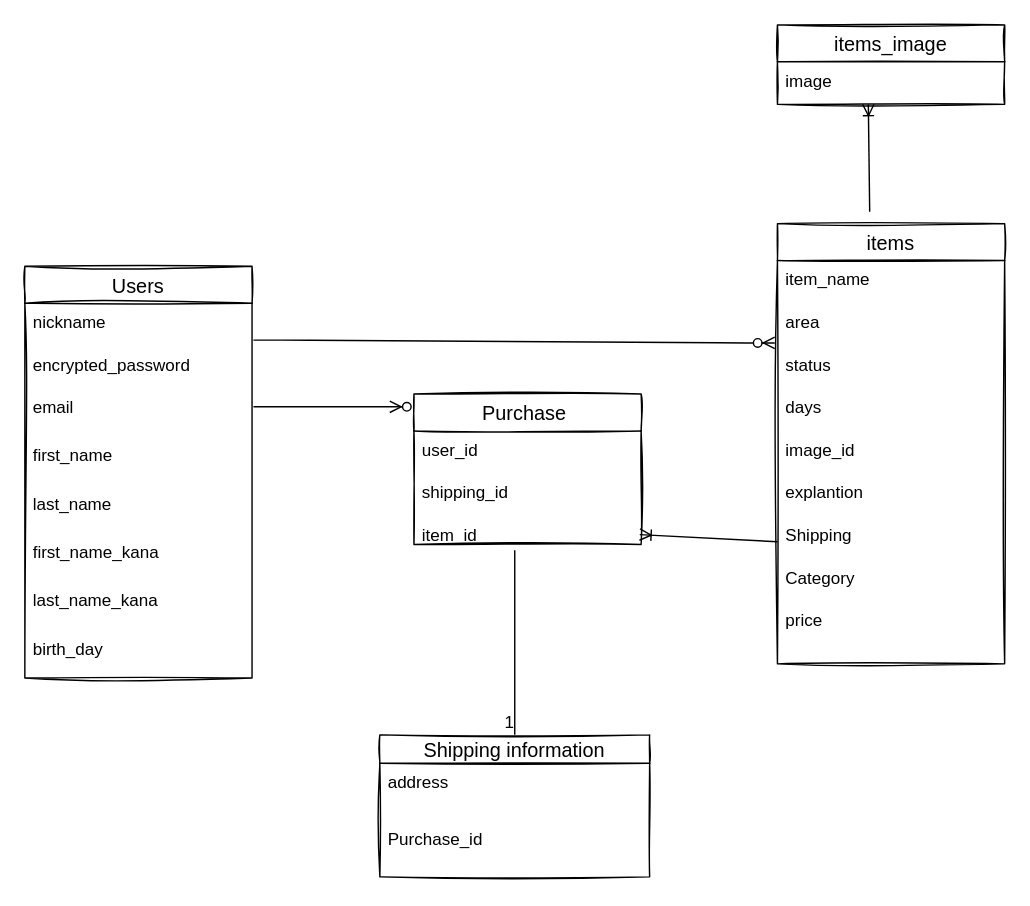
Above: test.dio in hiroki917/furima-36021 (draw.io), before the change. Source tidied: cells renumbered, new cells numbered last; positions are measured from the earlier drawing's top-left corner, leaving out a move shared by most shapes. Both pictures are drawn from the tidied source at 142%, with x=0, y=0 at pixel (24, 24).
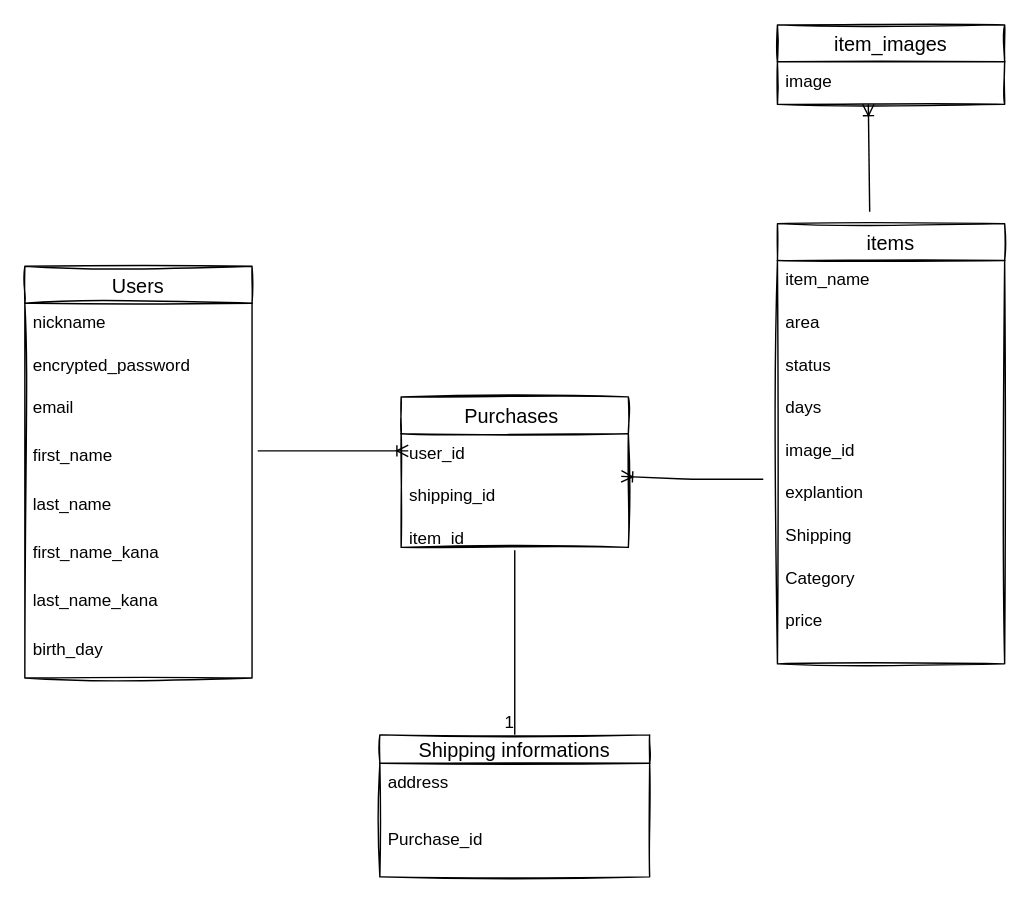
The same diagram, later.

Commit message (it also covers changes not shown here):
データーベース設計追加

Unchanged cells that the change refers to:
```xml
<mxCell id="4" value="encrypted_password" style="text;strokeColor=none;fillColor=none;spacingLeft=4;spacingRight=4;overflow=hidden;points=[[0,0.5],[1,0.5]];portConstraint=eastwest;fontSize=12;" parent="2" vertex="1">
  <mxGeometry y="56" width="160" height="30" as="geometry" />
</mxCell>
<mxCell id="6" value="first_name" style="text;strokeColor=none;fillColor=none;spacingLeft=4;spacingRight=4;overflow=hidden;points=[[0,0.5],[1,0.5]];portConstraint=eastwest;fontSize=12;" parent="2" vertex="1">
  <mxGeometry y="120" width="160" height="34" as="geometry" />
</mxCell>
<mxCell id="14" value="status" style="text;strokeColor=none;fillColor=none;spacingLeft=4;spacingRight=4;overflow=hidden;points=[[0,0.5],[1,0.5]];portConstraint=eastwest;fontSize=12;" parent="11" vertex="1">
  <mxGeometry y="86" width="160" height="30" as="geometry" />
</mxCell>
<mxCell id="24" value="item_id" style="text;strokeColor=none;fillColor=none;spacingLeft=4;spacingRight=4;overflow=hidden;points=[[0,0.5],[1,0.5]];portConstraint=eastwest;fontSize=12;" parent="21" vertex="1">
  <mxGeometry y="86" width="160" height="20" as="geometry" />
</mxCell>
```

Change to the diagram source:
```diff
@@
-    <mxCell id="21" value="Purchase " style="swimlane;fontStyle=0;horizontal=1;startSize=26;align=center;fontSize=14;sketch=1;" parent="1" vertex="1">
-      <mxGeometry x="274" y="260" width="160" height="106" as="geometry" />
+    <mxCell id="21" value="Purchases " style="swimlane;fontStyle=0;horizontal=1;startSize=26;align=center;fontSize=14;sketch=1;" parent="1" vertex="1">
+      <mxGeometry x="265" y="262" width="160" height="106" as="geometry" />
     </mxCell>
@@
-    <mxCell id="25" value="Shipping information" style="swimlane;fontStyle=0;horizontal=1;startSize=20;align=center;fontSize=14;sketch=1;" parent="1" vertex="1">
+    <mxCell id="25" value="Shipping informations" style="swimlane;fontStyle=0;horizontal=1;startSize=20;align=center;fontSize=14;sketch=1;" parent="1" vertex="1">
       <mxGeometry x="250" y="500" width="190" height="100" as="geometry" />
     </mxCell>
@@
-    <mxCell id="28" style="edgeStyle=entityRelationEdgeStyle;fontSize=12;html=1;endArrow=ERzeroToMany;endFill=1;exitX=1.006;exitY=-0.133;exitDx=0;exitDy=0;exitPerimeter=0;entryX=-0.012;entryY=-0.067;entryDx=0;entryDy=0;entryPerimeter=0;" parent="1" edge="1" source="4" target="14">
-      <mxGeometry relative="1" as="geometry" />
-    </mxCell>
-    <mxCell id="29" style="fontSize=12;html=1;endArrow=ERzeroToMany;endFill=1;" parent="1" edge="1">
-      <mxGeometry relative="1" as="geometry">
-        <mxPoint x="161" y="269" as="sourcePoint" />
-        <mxPoint x="257" y="269" as="targetPoint" />
-        <Array as="points">
-          <mxPoint x="257" y="269" />
-          <mxPoint x="270" y="269" />
-        </Array>
-      </mxGeometry>
-    </mxCell>
@@
-    <mxCell id="32" value="items_image" style="swimlane;fontStyle=0;horizontal=1;startSize=26;align=center;fontSize=14;sketch=1;" parent="1" vertex="1">
+    <mxCell id="32" value="item_images" style="swimlane;fontStyle=0;horizontal=1;startSize=26;align=center;fontSize=14;sketch=1;" parent="1" vertex="1">
       <mxGeometry x="530" width="160" height="56" as="geometry" />
     </mxCell>
@@
-    <mxCell id="34" style="fontSize=12;html=1;endArrow=ERoneToMany;entryX=0.994;entryY=0.649;entryDx=0;entryDy=0;entryPerimeter=0;" parent="1" edge="1" target="24">
+    <mxCell id="34" style="fontSize=12;html=1;endArrow=ERoneToMany;" parent="1" edge="1">
       <mxGeometry relative="1" as="geometry">
-        <mxPoint x="530" y="364" as="sourcePoint" />
+        <mxPoint x="520" y="320" as="sourcePoint" />
+        <mxPoint x="420" y="318" as="targetPoint" />
+        <Array as="points">
+          <mxPoint x="470" y="320" />
+        </Array>
       </mxGeometry>
     </mxCell>
@@
+    <mxCell id="36" style="fontSize=12;html=1;endArrow=ERoneToMany;exitX=1.025;exitY=0.294;exitDx=0;exitDy=0;exitPerimeter=0;" parent="1" edge="1" source="6">
+      <mxGeometry relative="1" as="geometry">
+        <mxPoint x="270" y="300" as="targetPoint" />
+      </mxGeometry>
+    </mxCell>
```
